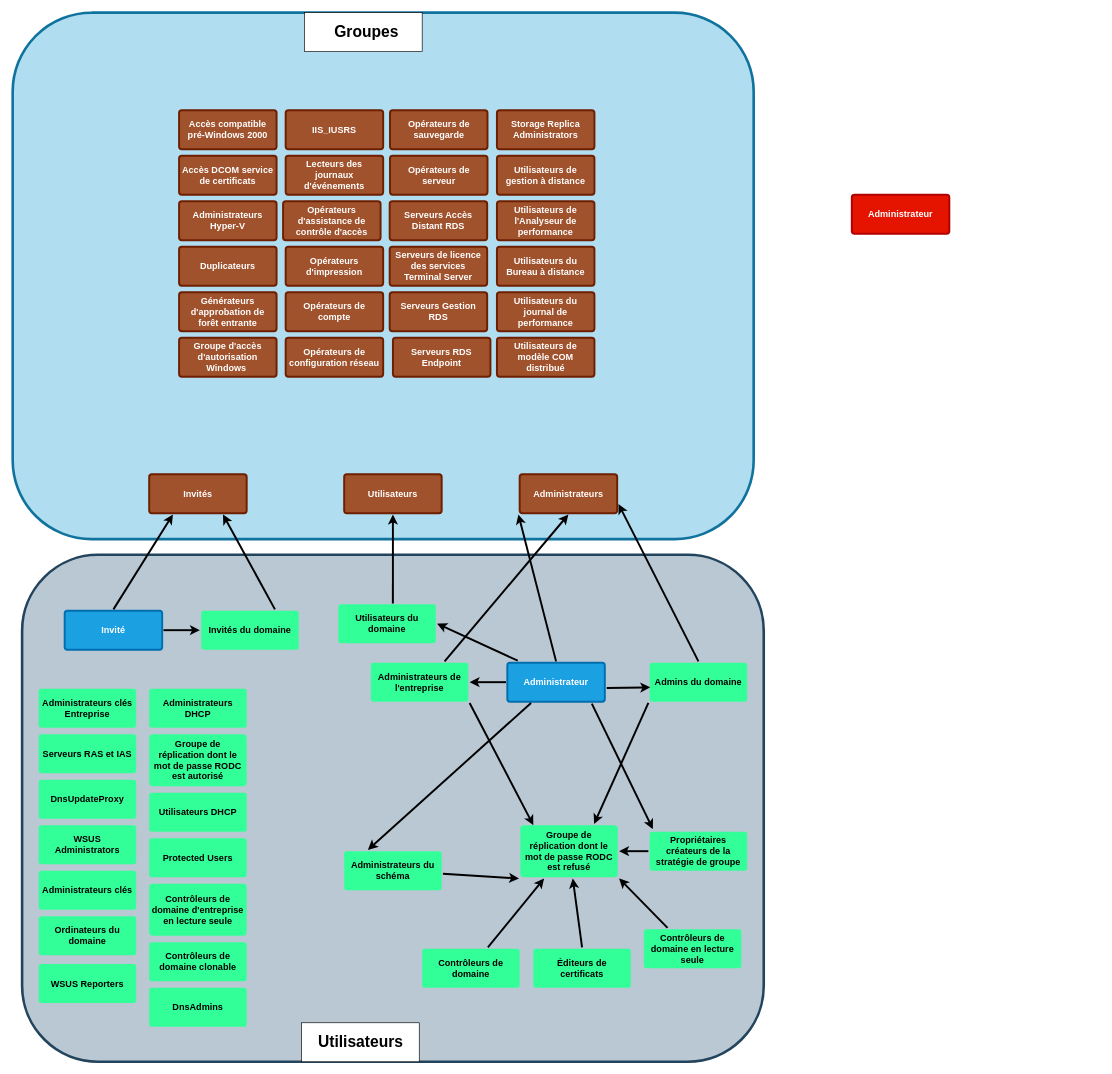
This is Diagramme sans nom.drawio from CharifMah/AbstergoAnimus, a draw.io file, before an edit. Source tidied: cells renumbered, new cells numbered last; positions are measured from the earlier drawing's top-left corner, leaving out a move shared by most shapes. Both pictures are drawn from the tidied source at 65%, with x=0, y=0 at pixel (12, 12).
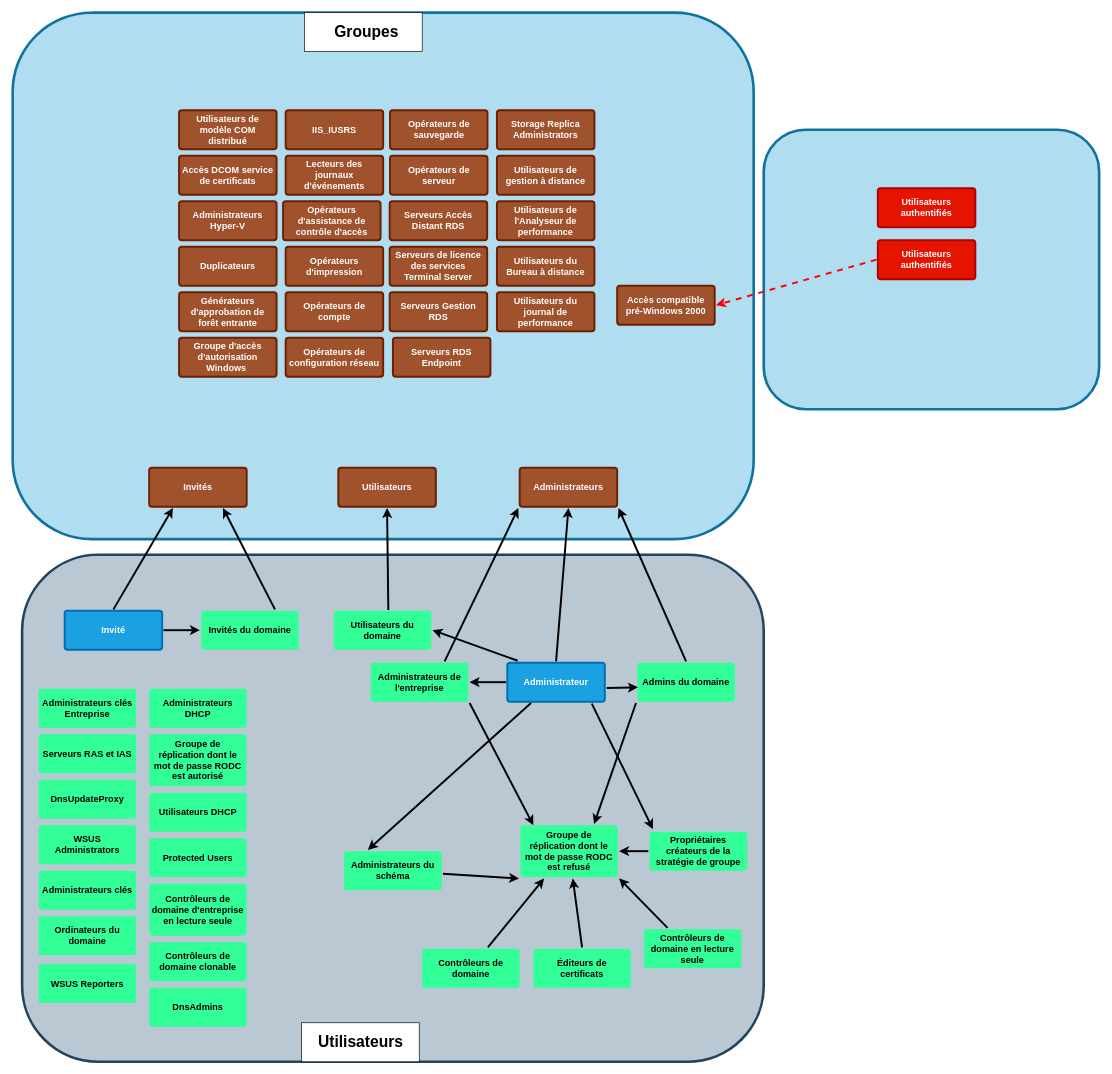
Above is the later version.

Commit message (it also covers changes not shown here):
Mettre à jour Diagramme sans nom.drawio

Unchanged cells that the change refers to:
```xml
<mxCell id="4" value="Administrateur" style="rounded=1;whiteSpace=wrap;html=1;shadow=0;labelBackgroundColor=none;strokeColor=#006EAF;strokeWidth=3;fillColor=#1ba1e2;fontFamily=Helvetica;fontSize=14;fontColor=#ffffff;align=center;spacing=5;fontStyle=1;arcSize=7;perimeterSpacing=2;" parent="1" vertex="1">
  <mxGeometry x="761" y="1000" width="150" height="60" as="geometry" />
</mxCell>
<mxCell id="21" value="Administrateurs de l'entreprise" style="rounded=1;whiteSpace=wrap;html=1;shadow=0;labelBackgroundColor=none;strokeColor=none;strokeWidth=3;fillColor=#33FF99;fontFamily=Helvetica;fontSize=14;fontColor=#000000;align=center;spacing=5;fontStyle=1;arcSize=7;perimeterSpacing=2;" parent="1" vertex="1">
  <mxGeometry x="551" y="1000" width="150" height="60" as="geometry" />
</mxCell>
```

The edit, as a diff of the source:
```diff
@@
+    <mxCell id="81" style="rounded=1;whiteSpace=wrap;html=1;fillColor=#b1ddf0;strokeColor=#10739e;strokeWidth=4;" parent="1" vertex="1">
+      <mxGeometry x="1155.5" y="180" width="516" height="430" as="geometry" />
+    </mxCell>
@@
     <mxCell id="15" value="Admins du domaine" style="rounded=1;whiteSpace=wrap;html=1;shadow=0;labelBackgroundColor=none;strokeColor=none;strokeWidth=3;fillColor=#33FF99;fontFamily=Helvetica;fontSize=14;fontColor=#000000;align=center;spacing=5;fontStyle=1;arcSize=7;perimeterSpacing=2;" parent="1" vertex="1">
-      <mxGeometry x="980" y="1000" width="150" height="60" as="geometry" />
+      <mxGeometry x="961" y="1000" width="150" height="60" as="geometry" />
     </mxCell>
@@
     <mxCell id="19" value="Utilisateurs du domaine" style="rounded=1;whiteSpace=wrap;html=1;shadow=0;labelBackgroundColor=none;strokeColor=none;strokeWidth=3;fillColor=#33FF99;fontFamily=Helvetica;fontSize=14;fontColor=#000000;align=center;spacing=5;fontStyle=1;arcSize=7;perimeterSpacing=2;" parent="1" vertex="1">
-      <mxGeometry x="501" y="910" width="150" height="60" as="geometry" />
+      <mxGeometry x="494" y="920" width="150" height="60" as="geometry" />
     </mxCell>
@@
     <mxCell id="27" value="Utilisateurs" style="rounded=1;whiteSpace=wrap;html=1;shadow=0;labelBackgroundColor=none;strokeColor=#6D1F00;strokeWidth=3;fillColor=#a0522d;fontFamily=Helvetica;fontSize=14;align=center;spacing=5;fontStyle=1;arcSize=7;perimeterSpacing=2;fontColor=#ffffff;" parent="1" vertex="1">
-      <mxGeometry x="510" y="710" width="150" height="60" as="geometry" />
+      <mxGeometry x="501" y="700" width="150" height="60" as="geometry" />
     </mxCell>
@@
     <mxCell id="31" value="Administrateurs" style="rounded=1;whiteSpace=wrap;html=1;shadow=0;labelBackgroundColor=none;strokeColor=#6D1F00;strokeWidth=3;fillColor=#a0522d;fontFamily=Helvetica;fontSize=14;align=center;spacing=5;fontStyle=1;arcSize=7;perimeterSpacing=2;fontColor=#ffffff;" parent="1" vertex="1">
-      <mxGeometry x="780" y="710" width="150" height="60" as="geometry" />
+      <mxGeometry x="780" y="700" width="150" height="60" as="geometry" />
     </mxCell>
-    <mxCell id="32" style="endArrow=classic;html=1;rounded=0;exitX=0.5;exitY=0;exitDx=0;exitDy=0;fontSize=18;strokeWidth=3;entryX=1;entryY=0.75;entryDx=0;entryDy=0;" parent="1" edge="1" source="15" target="31">
+    <mxCell id="32" style="endArrow=classic;html=1;rounded=0;exitX=0.5;exitY=0;exitDx=0;exitDy=0;fontSize=18;strokeWidth=3;entryX=1;entryY=1;entryDx=0;entryDy=0;" parent="1" edge="1" source="15" target="31">
       <mxGeometry relative="1" as="geometry" />
     </mxCell>
@@
-    <mxCell id="35" style="endArrow=classic;html=1;rounded=0;fontSize=18;strokeWidth=3;exitX=0.75;exitY=0;exitDx=0;exitDy=0;entryX=0.5;entryY=1;entryDx=0;entryDy=0;" parent="1" edge="1" source="21" target="31">
+    <mxCell id="35" style="endArrow=classic;html=1;rounded=0;fontSize=18;strokeWidth=3;exitX=0.75;exitY=0;exitDx=0;exitDy=0;entryX=0;entryY=1;entryDx=0;entryDy=0;" parent="1" edge="1" source="21" target="31">
       <mxGeometry relative="1" as="geometry" />
     </mxCell>
@@
     <mxCell id="39" value="Invités" style="rounded=1;whiteSpace=wrap;html=1;shadow=0;labelBackgroundColor=none;strokeColor=#6D1F00;strokeWidth=3;fillColor=#a0522d;fontFamily=Helvetica;fontSize=14;align=center;spacing=5;fontStyle=1;arcSize=7;perimeterSpacing=2;fontColor=#ffffff;" parent="1" vertex="1">
-      <mxGeometry x="210" y="710" width="150" height="60" as="geometry" />
+      <mxGeometry x="210" y="700" width="150" height="60" as="geometry" />
     </mxCell>
@@
-    <mxCell id="42" style="endArrow=classic;html=1;rounded=0;fontSize=18;strokeWidth=3;entryX=0;entryY=1;entryDx=0;entryDy=0;exitX=0.5;exitY=0;exitDx=0;exitDy=0;" parent="1" edge="1" source="4" target="31">
+    <mxCell id="42" style="endArrow=classic;html=1;rounded=0;fontSize=18;strokeWidth=3;entryX=0.5;entryY=1;entryDx=0;entryDy=0;exitX=0.5;exitY=0;exitDx=0;exitDy=0;" parent="1" edge="1" source="4" target="31">
       <mxGeometry relative="1" as="geometry" />
     </mxCell>
@@
     <mxCell id="55" value="Accès compatible pré-Windows 2000" style="rounded=1;whiteSpace=wrap;html=1;shadow=0;labelBackgroundColor=none;strokeColor=#6D1F00;strokeWidth=3;fillColor=#a0522d;fontFamily=Helvetica;fontSize=14;align=center;spacing=5;fontStyle=1;arcSize=7;perimeterSpacing=2;fontColor=#ffffff;" parent="1" vertex="1">
-      <mxGeometry x="256" y="150" width="150" height="60" as="geometry" />
+      <mxGeometry x="930" y="420" width="150" height="60" as="geometry" />
     </mxCell>
@@
     <mxCell id="78" value="Utilisateurs de modèle COM distribué" style="rounded=1;whiteSpace=wrap;html=1;shadow=0;labelBackgroundColor=none;strokeColor=#6D1F00;strokeWidth=3;fillColor=#a0522d;fontFamily=Helvetica;fontSize=14;align=center;spacing=5;fontStyle=1;arcSize=7;perimeterSpacing=2;fontColor=#ffffff;" parent="1" vertex="1">
-      <mxGeometry x="745" y="500" width="150" height="60" as="geometry" />
+      <mxGeometry x="256" y="150" width="150" height="60" as="geometry" />
     </mxCell>
-    <mxCell id="79" value="Administrateur" style="rounded=1;whiteSpace=wrap;html=1;shadow=0;labelBackgroundColor=none;strokeColor=#B20000;strokeWidth=3;fillColor=#e51400;fontFamily=Helvetica;fontSize=14;fontColor=#ffffff;align=center;spacing=5;fontStyle=1;arcSize=7;perimeterSpacing=2;" parent="1" vertex="1">
-      <mxGeometry x="1291" y="280" width="150" height="60" as="geometry" />
+    <mxCell id="79" value="Utilisateurs authentifiés" style="rounded=1;whiteSpace=wrap;html=1;shadow=0;labelBackgroundColor=none;strokeColor=#B20000;strokeWidth=3;fillColor=#e51400;fontFamily=Helvetica;fontSize=14;fontColor=#ffffff;align=center;spacing=5;fontStyle=1;arcSize=7;perimeterSpacing=2;" parent="1" vertex="1">
+      <mxGeometry x="1331" y="270" width="150" height="60" as="geometry" />
     </mxCell>
@@
+    <mxCell id="82" value="Utilisateurs authentifiés" style="rounded=1;whiteSpace=wrap;html=1;shadow=0;labelBackgroundColor=none;strokeColor=#B20000;strokeWidth=3;fillColor=#e51400;fontFamily=Helvetica;fontSize=14;fontColor=#ffffff;align=center;spacing=5;fontStyle=1;arcSize=7;perimeterSpacing=2;" parent="1" vertex="1">
+      <mxGeometry x="1331" y="350" width="150" height="60" as="geometry" />
+    </mxCell>
+    <mxCell id="83" style="endArrow=classic;html=1;rounded=0;exitX=0;exitY=0.5;exitDx=0;exitDy=0;fontSize=18;strokeWidth=3;entryX=1;entryY=0.5;entryDx=0;entryDy=0;dashed=1;strokeColor=#FF0000;" parent="1" edge="1" source="82" target="55">
+      <mxGeometry relative="1" as="geometry" />
+    </mxCell>
```
